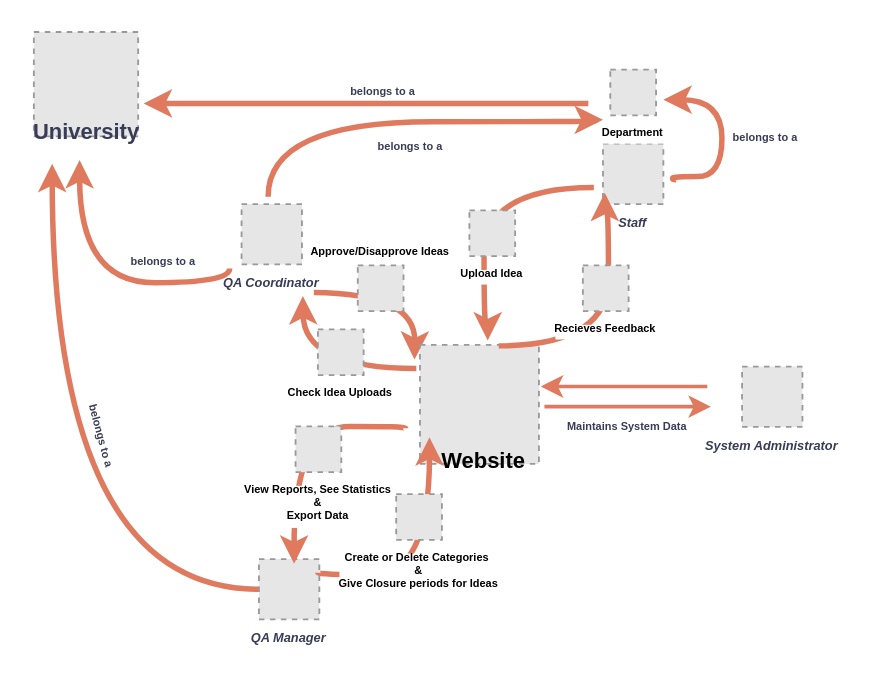
Before: UML Diagrams/Workflow_Diagram.drawio in heinhtet12345/EWSD-Project, a draw.io diagram. Source tidied: cells renumbered, new cells numbered last; positions are measured from the earlier drawing's top-left corner, leaving out a move shared by most shapes. Both pictures are drawn from the tidied source at 183%, with x=0, y=0 at pixel (22, 31). Pictures stored in the file or linked from it are replaced by grey dashed boxes.
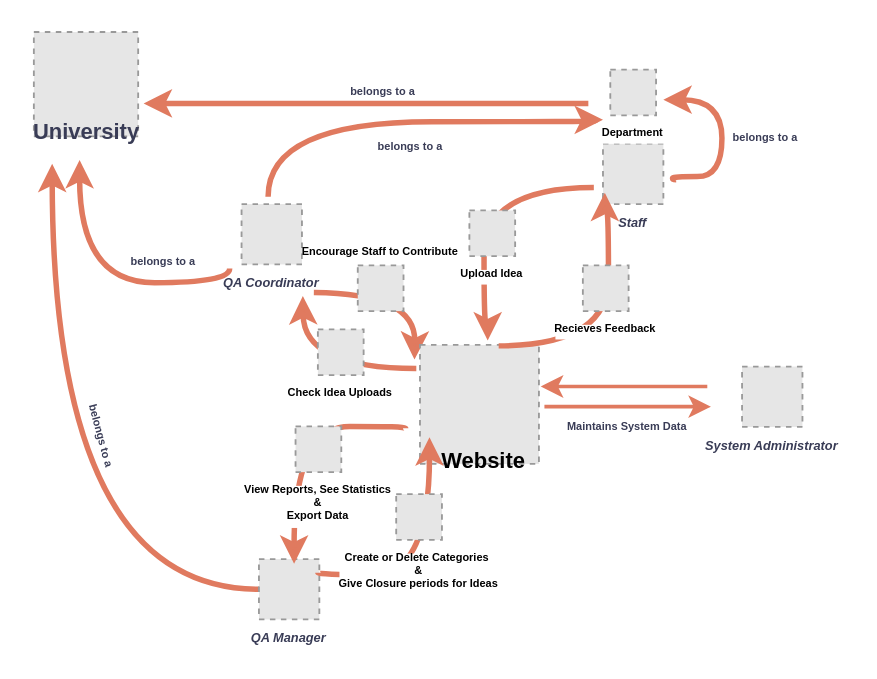
After the change.

Change to the diagram source:
```diff
@@
-    <mxCell id="17" value="Approve/Disapprove Ideas" style="fillColor=#E6E6E6;strokeColor=#999999;dashed=1;verticalLabelPosition=top;labelBackgroundColor=default;verticalAlign=bottom;fontStyle=1;fontSize=6;labelPosition=center;align=center;" parent="1" vertex="1">
+    <mxCell id="17" value="Encourage Staff to Contribute" style="fillColor=#E6E6E6;strokeColor=#999999;dashed=1;verticalLabelPosition=top;labelBackgroundColor=default;verticalAlign=bottom;fontStyle=1;fontSize=6;labelPosition=center;align=center;" parent="1" vertex="1">
       <mxGeometry x="183" y="127.5" width="25" height="25" as="geometry" />
     </mxCell>
```
